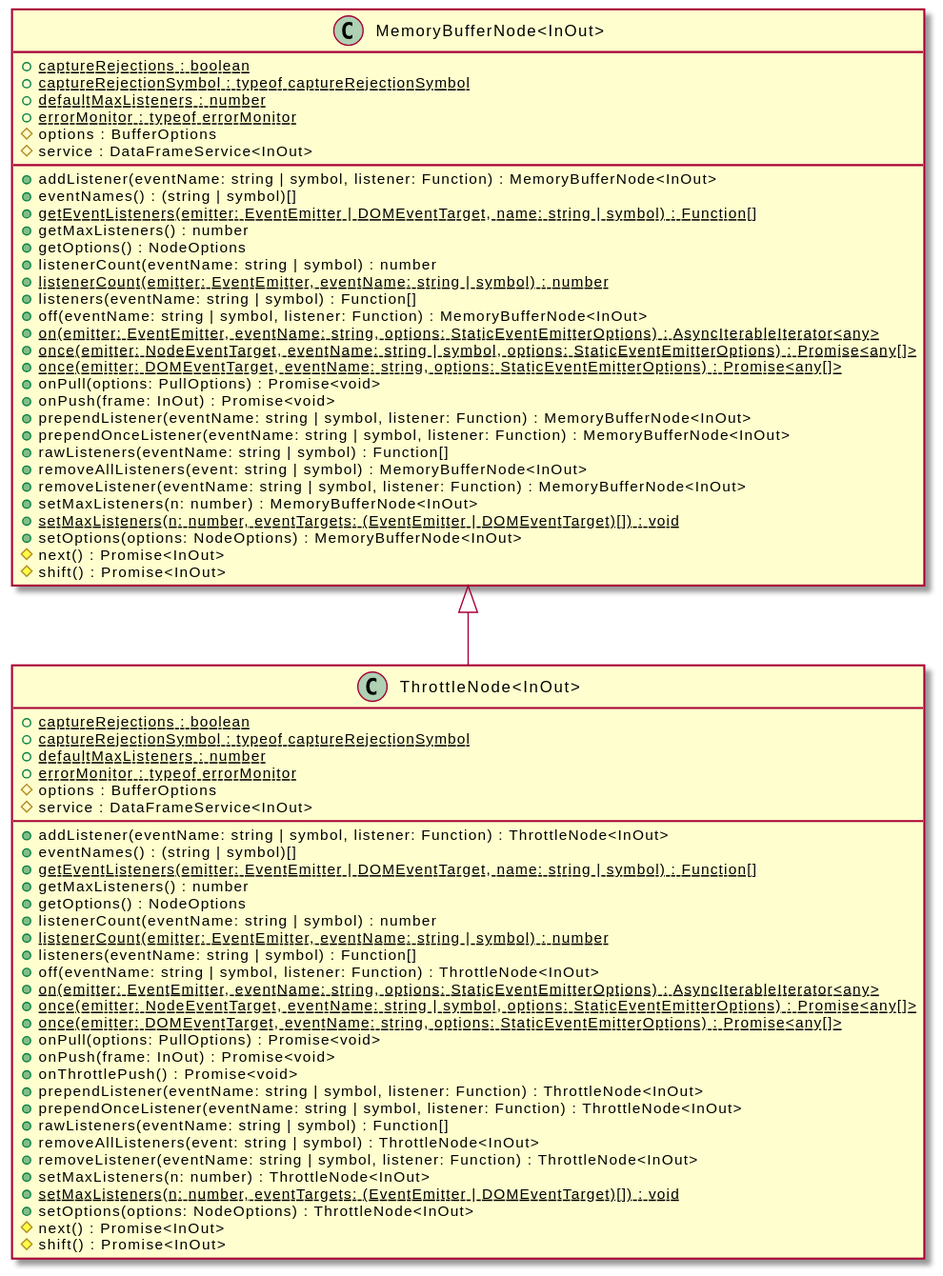
Earlier version of the PlantUML export assets/ThrottleNode-umlClassDiagram-11426.svg (OpenHPS/openhps-core). The source it was exported from:
```plantuml
@startuml
skinparam BackgroundColor transparent
hide empty methods
hide empty fields
class "ThrottleNode<InOut>" {
    {static} +captureRejections : boolean
    {static} +captureRejectionSymbol : typeof captureRejectionSymbol
    {static} +defaultMaxListeners : number
    {static} +errorMonitor : typeof errorMonitor
    #options : BufferOptions
    #service : DataFrameService<InOut>
    +addListener(eventName: string | symbol, listener: Function) : ThrottleNode<InOut>
    +eventNames() : (string | symbol)[]
    {static} +getEventListeners(emitter: EventEmitter | DOMEventTarget, name: string | symbol) : Function[]
    +getMaxListeners() : number
    +getOptions() : NodeOptions
    +listenerCount(eventName: string | symbol) : number
    {static} +listenerCount(emitter: EventEmitter, eventName: string | symbol) : number
    +listeners(eventName: string | symbol) : Function[]
    +off(eventName: string | symbol, listener: Function) : ThrottleNode<InOut>
    {static} +on(emitter: EventEmitter, eventName: string, options: StaticEventEmitterOptions) : AsyncIterableIterator<any>
    {static} +once(emitter: NodeEventTarget, eventName: string | symbol, options: StaticEventEmitterOptions) : Promise<any[]>
    {static} +once(emitter: DOMEventTarget, eventName: string, options: StaticEventEmitterOptions) : Promise<any[]>
    +onPull(options: PullOptions) : Promise<void>
    +onPush(frame: InOut) : Promise<void>
    +onThrottlePush() : Promise<void>
    +prependListener(eventName: string | symbol, listener: Function) : ThrottleNode<InOut>
    +prependOnceListener(eventName: string | symbol, listener: Function) : ThrottleNode<InOut>
    +rawListeners(eventName: string | symbol) : Function[]
    +removeAllListeners(event: string | symbol) : ThrottleNode<InOut>
    +removeListener(eventName: string | symbol, listener: Function) : ThrottleNode<InOut>
    +setMaxListeners(n: number) : ThrottleNode<InOut>
    {static} +setMaxListeners(n: number, eventTargets: (EventEmitter | DOMEventTarget)[]) : void
    +setOptions(options: NodeOptions) : ThrottleNode<InOut>
    #next() : Promise<InOut>
    #shift() : Promise<InOut>
}
class "MemoryBufferNode<InOut>" {
    {static} +captureRejections : boolean
    {static} +captureRejectionSymbol : typeof captureRejectionSymbol
    {static} +defaultMaxListeners : number
    {static} +errorMonitor : typeof errorMonitor
    #options : BufferOptions
    #service : DataFrameService<InOut>
    +addListener(eventName: string | symbol, listener: Function) : MemoryBufferNode<InOut>
    +eventNames() : (string | symbol)[]
    {static} +getEventListeners(emitter: EventEmitter | DOMEventTarget, name: string | symbol) : Function[]
    +getMaxListeners() : number
    +getOptions() : NodeOptions
    +listenerCount(eventName: string | symbol) : number
    {static} +listenerCount(emitter: EventEmitter, eventName: string | symbol) : number
    +listeners(eventName: string | symbol) : Function[]
    +off(eventName: string | symbol, listener: Function) : MemoryBufferNode<InOut>
    {static} +on(emitter: EventEmitter, eventName: string, options: StaticEventEmitterOptions) : AsyncIterableIterator<any>
    {static} +once(emitter: NodeEventTarget, eventName: string | symbol, options: StaticEventEmitterOptions) : Promise<any[]>
    {static} +once(emitter: DOMEventTarget, eventName: string, options: StaticEventEmitterOptions) : Promise<any[]>
    +onPull(options: PullOptions) : Promise<void>
    +onPush(frame: InOut) : Promise<void>
    +prependListener(eventName: string | symbol, listener: Function) : MemoryBufferNode<InOut>
    +prependOnceListener(eventName: string | symbol, listener: Function) : MemoryBufferNode<InOut>
    +rawListeners(eventName: string | symbol) : Function[]
    +removeAllListeners(event: string | symbol) : MemoryBufferNode<InOut>
    +removeListener(eventName: string | symbol, listener: Function) : MemoryBufferNode<InOut>
    +setMaxListeners(n: number) : MemoryBufferNode<InOut>
    {static} +setMaxListeners(n: number, eventTargets: (EventEmitter | DOMEventTarget)[]) : void
    +setOptions(options: NodeOptions) : MemoryBufferNode<InOut>
    #next() : Promise<InOut>
    #shift() : Promise<InOut>
}
"MemoryBufferNode<InOut>" <|-- "ThrottleNode<InOut>"
@enduml
```
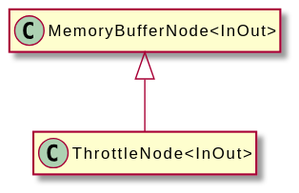
The same diagram one commit later.

Diff of the diagram source:
```diff
@@ -3,69 +3,8 @@
 hide empty methods
 hide empty fields
 class "ThrottleNode<InOut>" {
-    {static} +captureRejections : boolean
-    {static} +captureRejectionSymbol : typeof captureRejectionSymbol
-    {static} +defaultMaxListeners : number
-    {static} +errorMonitor : typeof errorMonitor
-    #options : BufferOptions
-    #service : DataFrameService<InOut>
-    +addListener(eventName: string | symbol, listener: Function) : ThrottleNode<InOut>
-    +eventNames() : (string | symbol)[]
-    {static} +getEventListeners(emitter: EventEmitter | DOMEventTarget, name: string | symbol) : Function[]
-    +getMaxListeners() : number
-    +getOptions() : NodeOptions
-    +listenerCount(eventName: string | symbol) : number
-    {static} +listenerCount(emitter: EventEmitter, eventName: string | symbol) : number
-    +listeners(eventName: string | symbol) : Function[]
-    +off(eventName: string | symbol, listener: Function) : ThrottleNode<InOut>
-    {static} +on(emitter: EventEmitter, eventName: string, options: StaticEventEmitterOptions) : AsyncIterableIterator<any>
-    {static} +once(emitter: NodeEventTarget, eventName: string | symbol, options: StaticEventEmitterOptions) : Promise<any[]>
-    {static} +once(emitter: DOMEventTarget, eventName: string, options: StaticEventEmitterOptions) : Promise<any[]>
-    +onPull(options: PullOptions) : Promise<void>
-    +onPush(frame: InOut) : Promise<void>
-    +onThrottlePush() : Promise<void>
-    +prependListener(eventName: string | symbol, listener: Function) : ThrottleNode<InOut>
-    +prependOnceListener(eventName: string | symbol, listener: Function) : ThrottleNode<InOut>
-    +rawListeners(eventName: string | symbol) : Function[]
-    +removeAllListeners(event: string | symbol) : ThrottleNode<InOut>
-    +removeListener(eventName: string | symbol, listener: Function) : ThrottleNode<InOut>
-    +setMaxListeners(n: number) : ThrottleNode<InOut>
-    {static} +setMaxListeners(n: number, eventTargets: (EventEmitter | DOMEventTarget)[]) : void
-    +setOptions(options: NodeOptions) : ThrottleNode<InOut>
-    #next() : Promise<InOut>
-    #shift() : Promise<InOut>
 }
 class "MemoryBufferNode<InOut>" {
-    {static} +captureRejections : boolean
-    {static} +captureRejectionSymbol : typeof captureRejectionSymbol
-    {static} +defaultMaxListeners : number
-    {static} +errorMonitor : typeof errorMonitor
-    #options : BufferOptions
-    #service : DataFrameService<InOut>
-    +addListener(eventName: string | symbol, listener: Function) : MemoryBufferNode<InOut>
-    +eventNames() : (string | symbol)[]
-    {static} +getEventListeners(emitter: EventEmitter | DOMEventTarget, name: string | symbol) : Function[]
-    +getMaxListeners() : number
-    +getOptions() : NodeOptions
-    +listenerCount(eventName: string | symbol) : number
-    {static} +listenerCount(emitter: EventEmitter, eventName: string | symbol) : number
-    +listeners(eventName: string | symbol) : Function[]
-    +off(eventName: string | symbol, listener: Function) : MemoryBufferNode<InOut>
-    {static} +on(emitter: EventEmitter, eventName: string, options: StaticEventEmitterOptions) : AsyncIterableIterator<any>
-    {static} +once(emitter: NodeEventTarget, eventName: string | symbol, options: StaticEventEmitterOptions) : Promise<any[]>
-    {static} +once(emitter: DOMEventTarget, eventName: string, options: StaticEventEmitterOptions) : Promise<any[]>
-    +onPull(options: PullOptions) : Promise<void>
-    +onPush(frame: InOut) : Promise<void>
-    +prependListener(eventName: string | symbol, listener: Function) : MemoryBufferNode<InOut>
-    +prependOnceListener(eventName: string | symbol, listener: Function) : MemoryBufferNode<InOut>
-    +rawListeners(eventName: string | symbol) : Function[]
-    +removeAllListeners(event: string | symbol) : MemoryBufferNode<InOut>
-    +removeListener(eventName: string | symbol, listener: Function) : MemoryBufferNode<InOut>
-    +setMaxListeners(n: number) : MemoryBufferNode<InOut>
-    {static} +setMaxListeners(n: number, eventTargets: (EventEmitter | DOMEventTarget)[]) : void
-    +setOptions(options: NodeOptions) : MemoryBufferNode<InOut>
-    #next() : Promise<InOut>
-    #shift() : Promise<InOut>
 }
 "MemoryBufferNode<InOut>" <|-- "ThrottleNode<InOut>"
 @enduml
```
